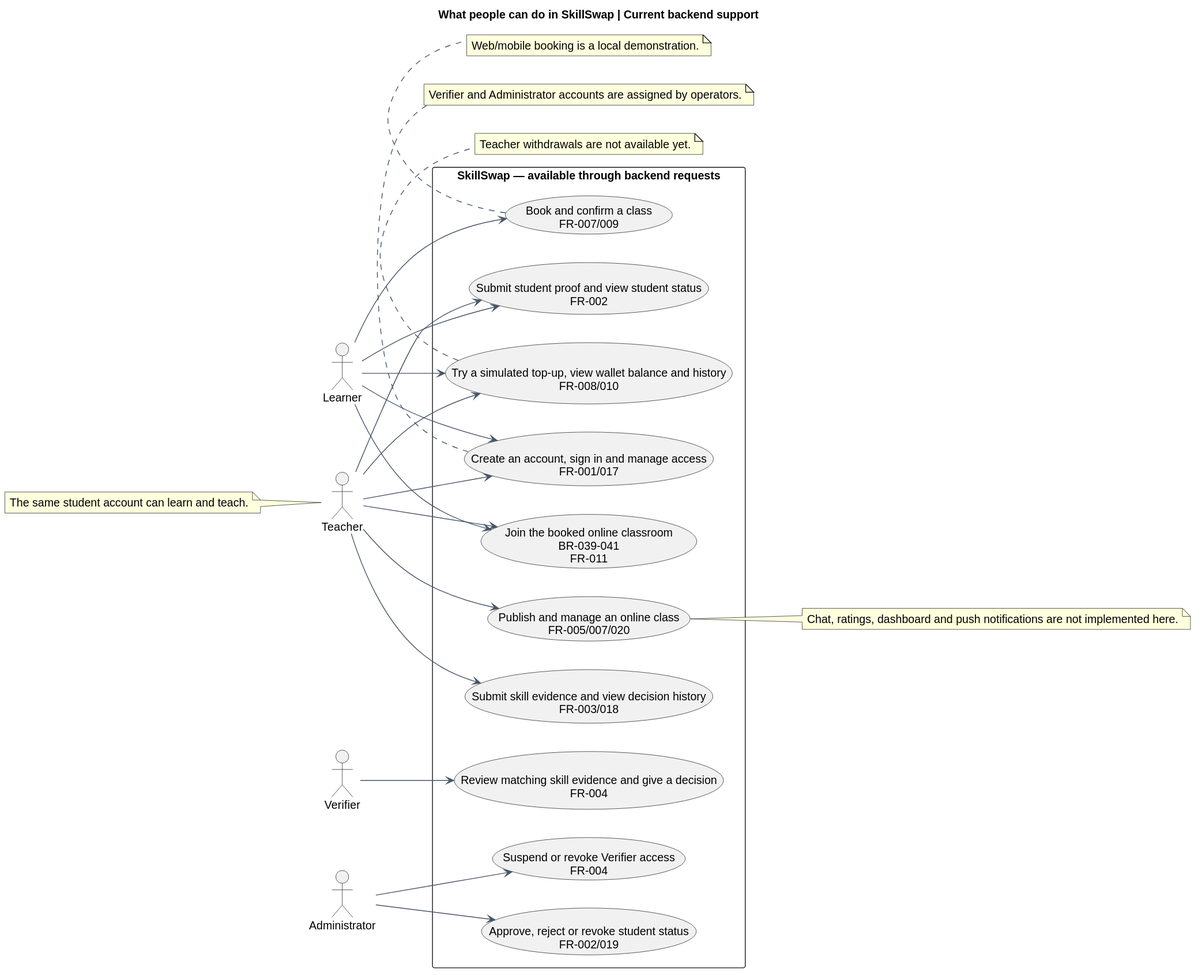
Above: docs/diagrams/checkpoint/generated/use-cases.svg in trankien022/SkillSwap (PlantUML), before the change.
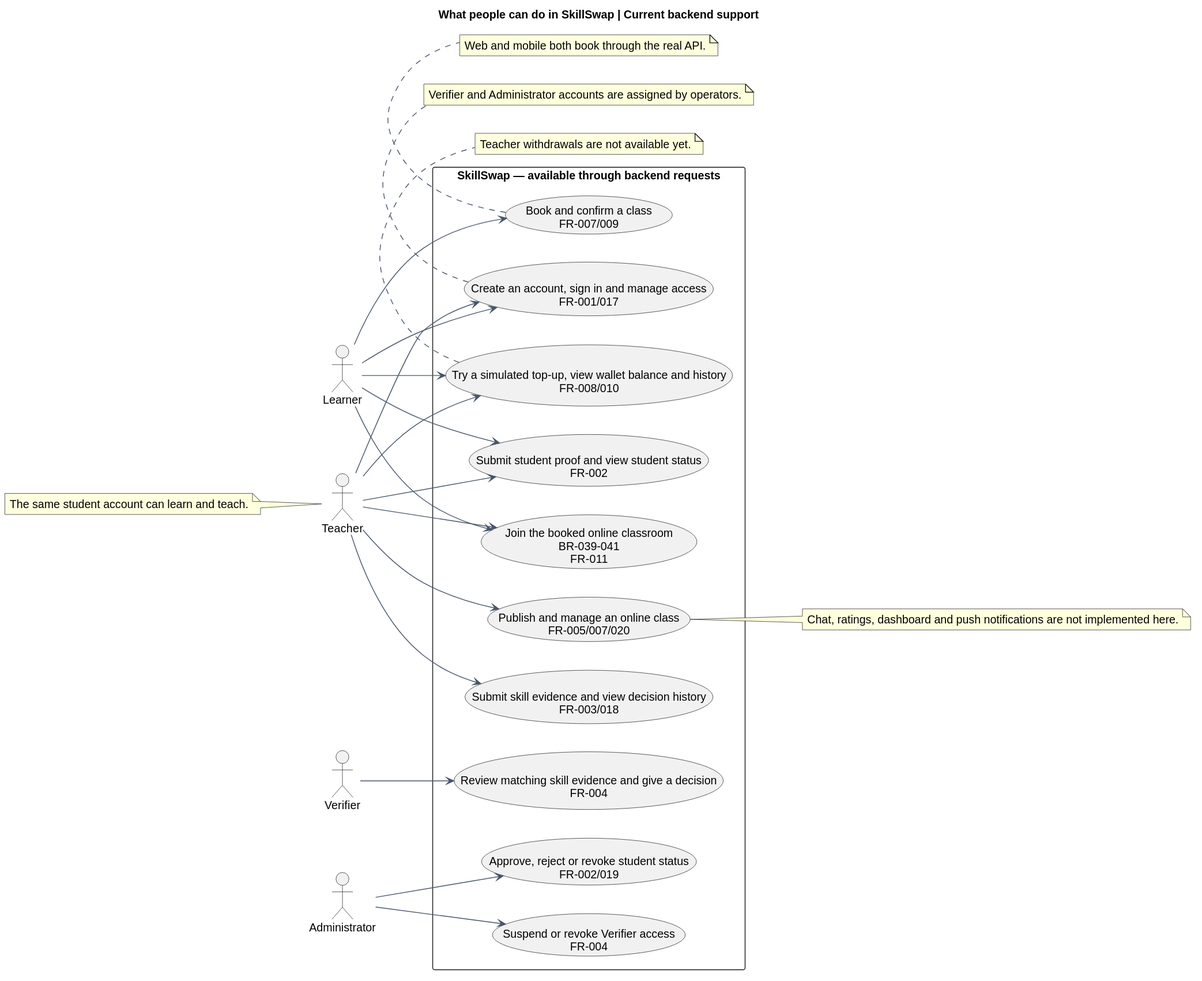
After the change.

Change to the diagram source:
```diff
@@ -42,7 +42,7 @@
 L --> ROOM
 T --> ROOM
 A --> VERIFIER
-note bottom of BOOK: Web/mobile booking is a local demonstration.
+note bottom of BOOK: Web and mobile both book through the real API.
 note bottom of AUTH: Verifier and Administrator accounts are assigned by operators.
 note bottom of WALLET: Teacher withdrawals are not available yet.
 note left of T: The same student account can learn and teach.
```
